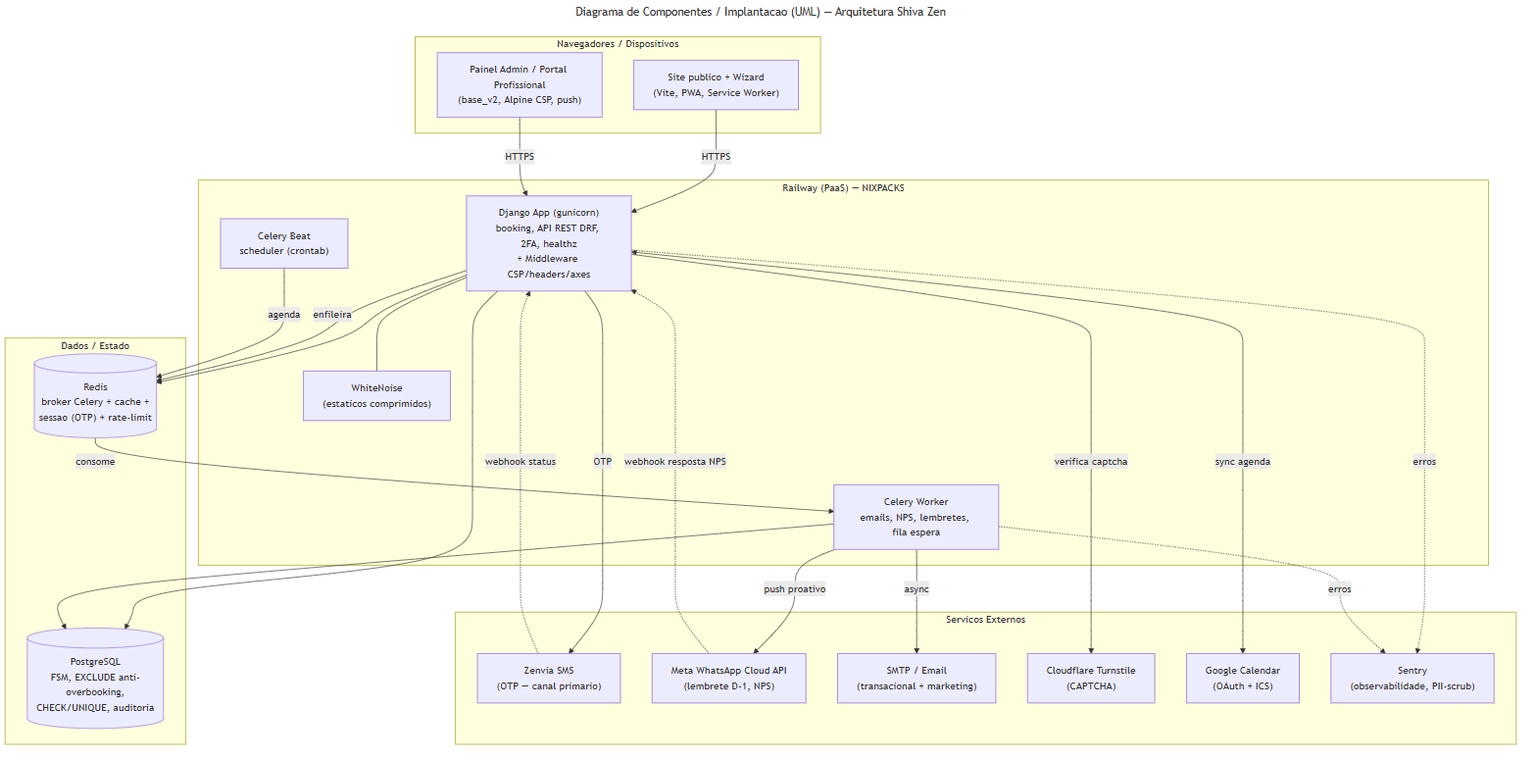
Earlier version of the Mermaid export docs/diagramas/08-componentes-arquitetura.png (RafaelSMaciel/jaqueline-aranha-estetica). Its source is kept beside it as docs/diagramas/08-componentes-arquitetura.mmd. Its diagram source:
```mermaid
---
title: Diagrama de Componentes / Implantacao (UML) — Arquitetura Shiva Zen
---
flowchart TB
    subgraph Clientes["Navegadores / Dispositivos"]
        PUB["Site publico + Wizard<br/>(Vite, PWA, Service Worker)"]
        ADM["Painel Admin / Portal Profissional<br/>(base_v2, Alpine CSP, push)"]
    end

    subgraph Plataforma["Railway (PaaS) — NIXPACKS"]
        WEB["Django App (gunicorn)<br/>booking, API REST DRF, 2FA, healthz<br/>+ Middleware CSP/headers/axes"]
        WORKER["Celery Worker<br/>emails, NPS, lembretes, fila espera"]
        BEAT["Celery Beat<br/>scheduler (crontab)"]
        WN["WhiteNoise<br/>(estaticos comprimidos)"]
    end

    subgraph Dados["Dados / Estado"]
        PG[("PostgreSQL<br/>FSM, EXCLUDE anti-overbooking,<br/>CHECK/UNIQUE, auditoria")]
        RD[("Redis<br/>broker Celery + cache +<br/>sessao (OTP) + rate-limit")]
    end

    subgraph Externos["Servicos Externos"]
        ZEN["Zenvia SMS<br/>(OTP — canal primario)"]
        WA["Meta WhatsApp Cloud API<br/>(lembrete D-1, NPS)"]
        MAIL["SMTP / Email<br/>(transacional + marketing)"]
        TS["Cloudflare Turnstile<br/>(CAPTCHA)"]
        GC["Google Calendar<br/>(OAuth + ICS)"]
        OBS["Sentry<br/>(observabilidade, PII-scrub)"]
    end

    PUB -->|HTTPS| WEB
    ADM -->|HTTPS| WEB
    WEB --- WN
    WEB --> PG
    WEB --> RD
    WEB -->|enfileira| RD
    RD -->|consome| WORKER
    BEAT -->|agenda| RD
    WORKER --> PG

    WEB -->|OTP| ZEN
    WORKER -->|push proativo| WA
    WORKER -->|async| MAIL
    WEB -->|verifica captcha| TS
    WEB <-->|sync agenda| GC
    WEB -.erros.-> OBS
    WORKER -.erros.-> OBS

    ZEN -.webhook status.-> WEB
    WA -.webhook resposta NPS.-> WEB
```
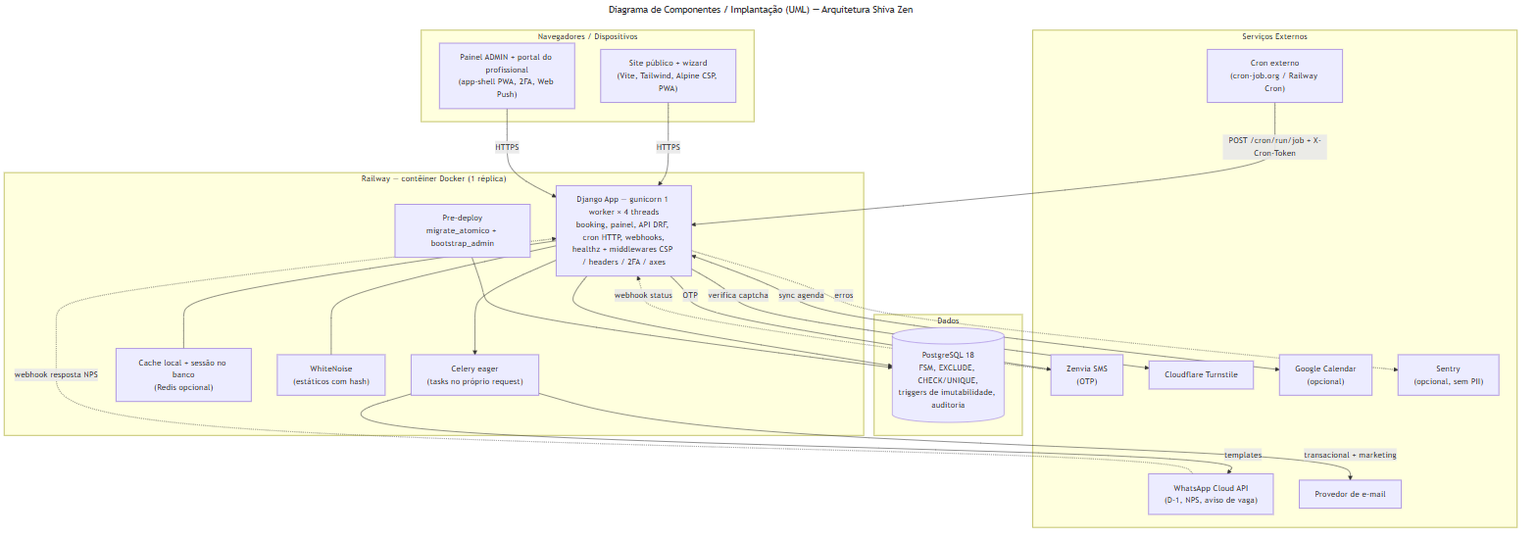
The same file after the commit.

Diff of the diagram source:
```diff
@@ -1,50 +1,49 @@
 ---
-title: Diagrama de Componentes / Implantacao (UML) — Arquitetura Shiva Zen
+title: Diagrama de Componentes / Implantação (UML) — Arquitetura Shiva Zen
 ---
 flowchart TB
     subgraph Clientes["Navegadores / Dispositivos"]
-        PUB["Site publico + Wizard<br/>(Vite, PWA, Service Worker)"]
-        ADM["Painel Admin / Portal Profissional<br/>(base_v2, Alpine CSP, push)"]
+        PUB["Site público + wizard<br/>(Vite, Tailwind, Alpine CSP, PWA)"]
+        ADM["Painel ADMIN + portal do profissional<br/>(app-shell PWA, 2FA, Web Push)"]
     end
 
-    subgraph Plataforma["Railway (PaaS) — NIXPACKS"]
-        WEB["Django App (gunicorn)<br/>booking, API REST DRF, 2FA, healthz<br/>+ Middleware CSP/headers/axes"]
-        WORKER["Celery Worker<br/>emails, NPS, lembretes, fila espera"]
-        BEAT["Celery Beat<br/>scheduler (crontab)"]
-        WN["WhiteNoise<br/>(estaticos comprimidos)"]
+    subgraph Plataforma["Railway — contêiner Docker (1 réplica)"]
+        WEB["Django App — gunicorn 1 worker × 4 threads<br/>booking, painel, API DRF, cron HTTP, webhooks,<br/>healthz + middlewares CSP / headers / 2FA / axes"]
+        CEL["Celery eager<br/>(tasks no próprio request)"]
+        CACHE["Cache local + sessão no banco<br/>(Redis opcional)"]
+        WN["WhiteNoise<br/>(estáticos com hash)"]
+        PRE["Pre-deploy<br/>migrate_atomico + bootstrap_admin"]
     end
 
-    subgraph Dados["Dados / Estado"]
-        PG[("PostgreSQL<br/>FSM, EXCLUDE anti-overbooking,<br/>CHECK/UNIQUE, auditoria")]
-        RD[("Redis<br/>broker Celery + cache +<br/>sessao (OTP) + rate-limit")]
+    subgraph Dados["Dados"]
+        PG[("PostgreSQL 18<br/>FSM, EXCLUDE, CHECK/UNIQUE,<br/>triggers de imutabilidade, auditoria")]
     end
 
-    subgraph Externos["Servicos Externos"]
-        ZEN["Zenvia SMS<br/>(OTP — canal primario)"]
-        WA["Meta WhatsApp Cloud API<br/>(lembrete D-1, NPS)"]
-        MAIL["SMTP / Email<br/>(transacional + marketing)"]
-        TS["Cloudflare Turnstile<br/>(CAPTCHA)"]
-        GC["Google Calendar<br/>(OAuth + ICS)"]
-        OBS["Sentry<br/>(observabilidade, PII-scrub)"]
+    subgraph Externos["Serviços Externos"]
+        CRON["Cron externo<br/>(cron-job.org / Railway Cron)"]
+        ZEN["Zenvia SMS<br/>(OTP)"]
+        WA["WhatsApp Cloud API<br/>(D-1, NPS, aviso de vaga)"]
+        MAIL["Provedor de e-mail"]
+        TS["Cloudflare Turnstile"]
+        GC["Google Calendar<br/>(opcional)"]
+        OBS["Sentry<br/>(opcional, sem PII)"]
     end
 
     PUB -->|HTTPS| WEB
     ADM -->|HTTPS| WEB
     WEB --- WN
+    WEB --- CACHE
+    WEB --> CEL
     WEB --> PG
-    WEB --> RD
-    WEB -->|enfileira| RD
-    RD -->|consome| WORKER
-    BEAT -->|agenda| RD
-    WORKER --> PG
+    PRE --> PG
+    CRON -->|POST /cron/run/job + X-Cron-Token| WEB
 
     WEB -->|OTP| ZEN
-    WORKER -->|push proativo| WA
-    WORKER -->|async| MAIL
+    CEL -->|templates| WA
+    CEL -->|transacional + marketing| MAIL
     WEB -->|verifica captcha| TS
     WEB <-->|sync agenda| GC
     WEB -.erros.-> OBS
-    WORKER -.erros.-> OBS
 
     ZEN -.webhook status.-> WEB
     WA -.webhook resposta NPS.-> WEB
```
